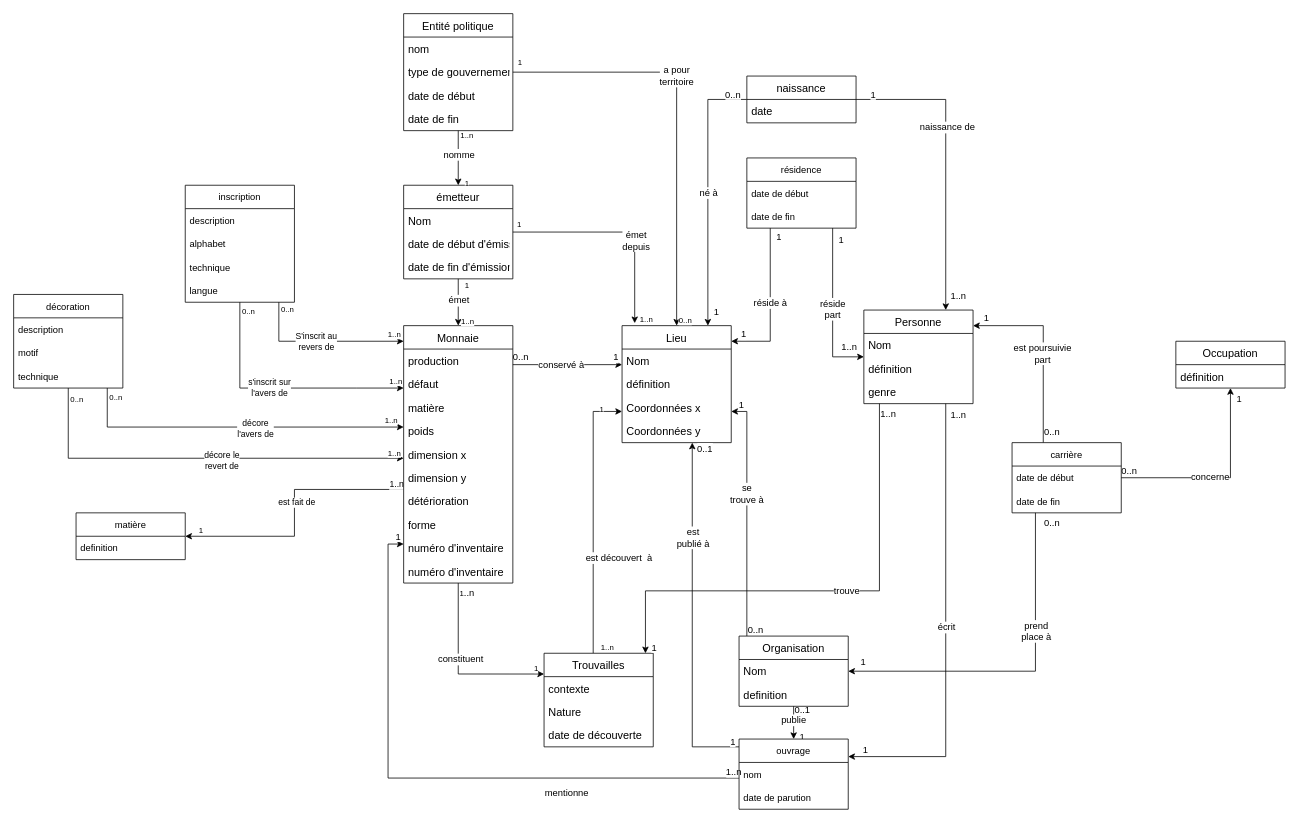
Above: Diagramme_conceptuel_monnaie.drawio in Ardwark/UNINE_Humanite_Numerique (draw.io), before the change. Source tidied: cells renumbered, new cells numbered last; positions are measured from the earlier drawing's top-left corner, leaving out a move shared by most shapes. Both pictures are drawn from the tidied source at 78%, with x=0, y=0 at pixel (13, 13).
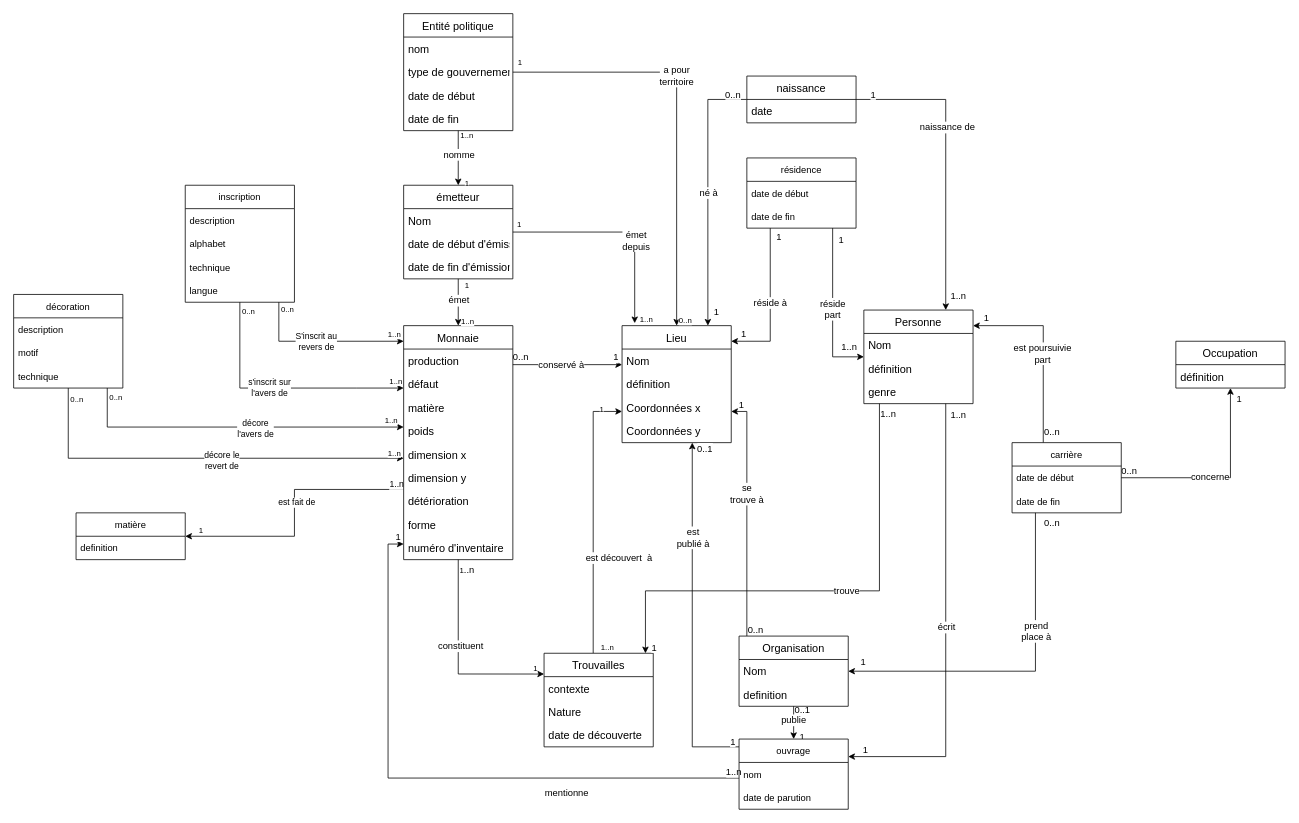
The same diagram, later.

Commit message:
Mettre à jour Diagramme_conceptuel_monnaie.drawio

What changed in the source:
```diff
@@
     <mxCell id="41" value="Monnaie" style="swimlane;fontStyle=0;horizontal=1;startSize=30;fontSize=14;" parent="1" vertex="1">
-      <mxGeometry x="500" y="400" width="140" height="330" as="geometry" />
+      <mxGeometry x="500" y="400" width="140" height="300" as="geometry" />
     </mxCell>
@@
-    <mxCell id="51" value="numéro d'inventaire" style="text;strokeColor=none;fillColor=none;align=left;verticalAlign=middle;spacingLeft=4;spacingRight=4;overflow=hidden;fontSize=14;" parent="41" vertex="1">
-      <mxGeometry y="300" width="140" height="30" as="geometry" />
-    </mxCell>
```
